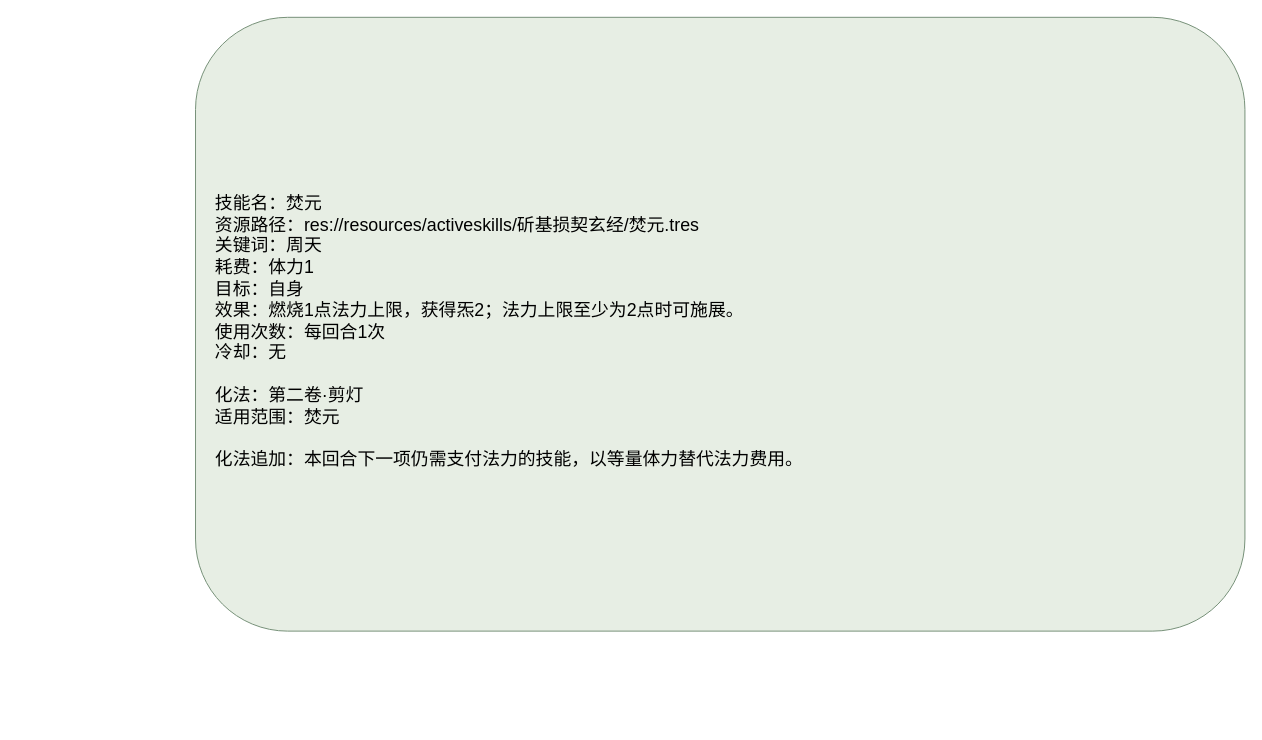
ankundanetracyc-spec/tian-guan-you-du keeps this draw.io diagram as page "焚元" (1 of 2) of docs/卡牌词典/秘籍技能/斫基损契玄经/焚元.drawio. Above is the earlier version. Source tidied: cells renumbered, new cells numbered last; positions are measured from the earlier drawing's top-left corner, leaving out a move shared by most shapes. Both pictures are drawn from the tidied source at 99%, with x=0, y=0 at pixel (195, 17).
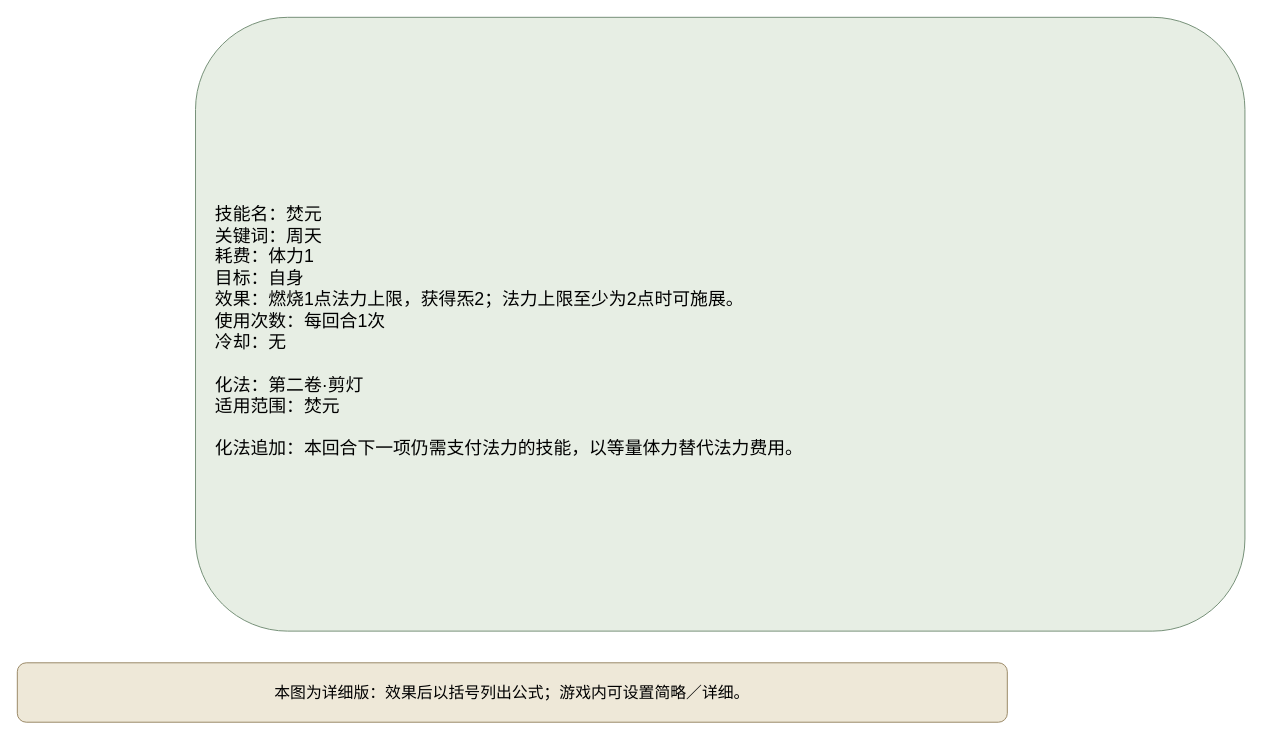
After the change.

Change to the diagram source:
```diff
@@
 <mxGraphModel>
   <root>
     <mxCell id="0" />
     <mxCell id="1" parent="0" />
-    <mxCell id="2" value="&lt;div style=&quot;text-align:left;&quot;&gt;技能名：焚元&lt;br&gt;资源路径：res://resources/activeskills/斫基损契玄经/焚元.tres&lt;br&gt;关键词：周天&lt;br&gt;耗费：体力1&lt;br&gt;目标：自身&lt;br&gt;效果：燃烧1点法力上限，获得炁2；法力上限至少为2点时可施展。&lt;br&gt;使用次数：每回合1次&lt;br&gt;冷却：无&lt;br&gt;&lt;br&gt;化法：第二卷·剪灯&lt;br&gt;适用范围：焚元&lt;br&gt;&lt;br&gt;化法追加：本回合下一项仍需支付法力的技能，以等量体力替代法力费用。&lt;/div&gt;" style="rounded=1;whiteSpace=wrap;html=1;fillColor=#e7eee4;strokeColor=#769078;fontSize=18;align=left;spacingLeft=18;spacingTop=16;" parent="1" vertex="1">
+    <mxCell id="2" value="技能名：焚元&#10;关键词：周天&#10;耗费：体力1&#10;目标：自身&#10;效果：燃烧1点法力上限，获得炁2；法力上限至少为2点时可施展。&#10;使用次数：每回合1次&#10;冷却：无&#10;&#10;化法：第二卷·剪灯&#10;适用范围：焚元&#10;&#10;化法追加：本回合下一项仍需支付法力的技能，以等量体力替代法力费用。" style="rounded=1;whiteSpace=wrap;html=1;fillColor=#e7eee4;strokeColor=#769078;fontSize=18;align=left;spacingLeft=18;spacingTop=16;" parent="1" vertex="1">
       <mxGeometry width="1060" height="620" as="geometry" />
     </mxCell>
+    <mxCell id="3" value="本图为详细版：效果后以括号列出公式；游戏内可设置简略／详细。" style="rounded=1;whiteSpace=wrap;html=1;fillColor=#eee8d8;strokeColor=#9a8967;fontSize=16;" parent="1" vertex="1">
+      <mxGeometry x="-180" y="652" width="1000" height="60" as="geometry" />
+    </mxCell>
   </root>
 </mxGraphModel>
```
